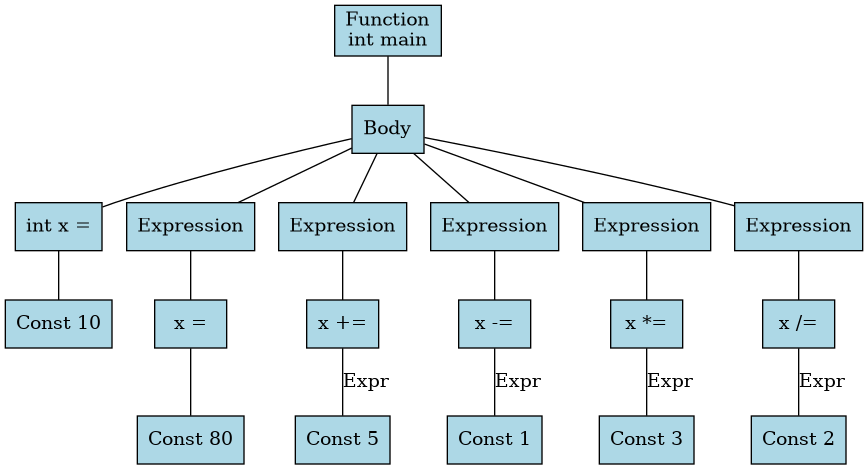
This is ast.png from MiguelCano-ia/mini-c-plusplus, a Graphviz export, as it was before one commit. Its source is kept beside it as ast.dot.
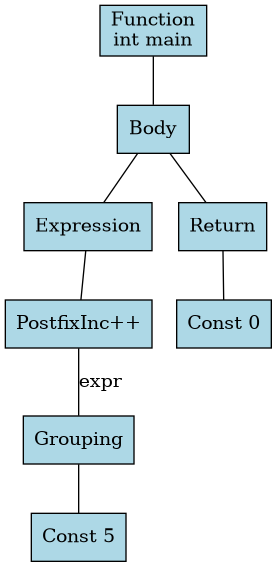
Above is the later version.

Change to the diagram source:
```diff
@@ -5,38 +5,16 @@
 int main"]
 	n1 -> n3
 	n3 [label=Body]
-	n4 [label="int x ="]
-	n5 [label="Const 10"]
+	n4 [label=Expression]
+	n5 [label="PostfixInc++"]
+	n6 [label=Grouping]
+	n7 [label="Const 5"]
+	n6 -> n7
+	n5 -> n6 [label=expr]
 	n4 -> n5
 	n3 -> n4
-	n6 [label=Expression]
-	n7 [label="x ="]
-	n8 [label="Const 80"]
-	n7 -> n8
-	n6 -> n7
-	n3 -> n6
-	n9 [label=Expression]
-	n10 [label="x +="]
-	n11 [label="Const 5"]
-	n10 -> n11 [label=Expr]
-	n9 -> n10
-	n3 -> n9
-	n12 [label=Expression]
-	n13 [label="x -="]
-	n14 [label="Const 1"]
-	n13 -> n14 [label=Expr]
-	n12 -> n13
-	n3 -> n12
-	n15 [label=Expression]
-	n16 [label="x *="]
-	n17 [label="Const 3"]
-	n16 -> n17 [label=Expr]
-	n15 -> n16
-	n3 -> n15
-	n18 [label=Expression]
-	n19 [label="x /="]
-	n20 [label="Const 2"]
-	n19 -> n20 [label=Expr]
-	n18 -> n19
-	n3 -> n18
+	n8 [label=Return]
+	n9 [label="Const 0"]
+	n8 -> n9
+	n3 -> n8
 }
```
